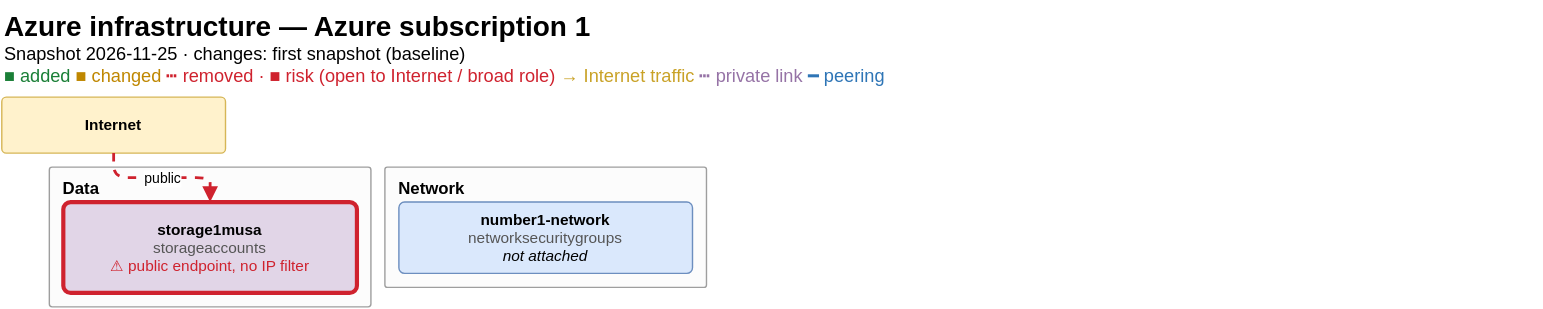
Before: diagrams/2-infra-azure-subscription-1.svg, a diagram exported from draw.io (musaxasmammedov7/infrastructure). Source tidied: cells renumbered, new cells last; positions are measured from the earlier drawing's top-left corner, leaving out a move shared by most shapes.
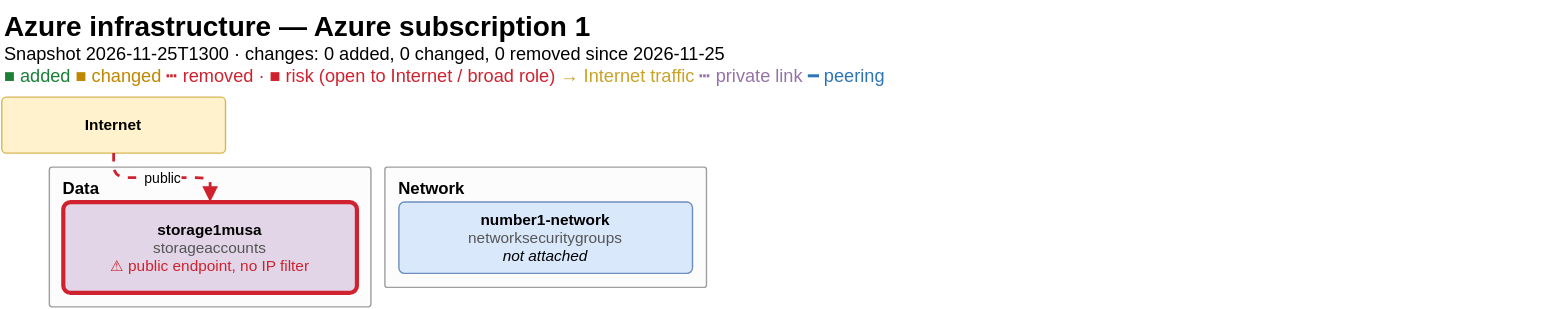
Later version of the same file.

What changed in the source:
```diff
@@ -2,7 +2,7 @@
   <root>
     <mxCell id="0" />
     <mxCell id="1" parent="0" />
-    <mxCell id="2" value="&lt;b style='font-size:20px'&gt;Azure infrastructure — Azure subscription 1&lt;/b&gt;&lt;br&gt;Snapshot 2026-11-25 · changes: first snapshot (baseline)&lt;br&gt;&lt;font color='#1A7F37'&gt;■ added&lt;/font&gt;  &lt;font color='#BF8700'&gt;■ changed&lt;/font&gt;  &lt;font color='#CF222E'&gt;┅ removed · ■ risk (open to Internet / broad role)&lt;/font&gt;  &lt;font color='#C9A227'&gt;→ Internet traffic&lt;/font&gt;  &lt;font color='#9673A6'&gt;┅ private link&lt;/font&gt;  &lt;font color='#2E75B6'&gt;━ peering&lt;/font&gt;" style="text;html=1;whiteSpace=wrap;align=left;verticalAlign=top;fontSize=13;spacing=2;" parent="1" vertex="1">
+    <mxCell id="2" value="&lt;b style='font-size:20px'&gt;Azure infrastructure — Azure subscription 1&lt;/b&gt;&lt;br&gt;Snapshot 2026-11-25T1300 · changes: 0 added, 0 changed, 0 removed since 2026-11-25&lt;br&gt;&lt;font color='#1A7F37'&gt;■ added&lt;/font&gt;  &lt;font color='#BF8700'&gt;■ changed&lt;/font&gt;  &lt;font color='#CF222E'&gt;┅ removed · ■ risk (open to Internet / broad role)&lt;/font&gt;  &lt;font color='#C9A227'&gt;→ Internet traffic&lt;/font&gt;  &lt;font color='#9673A6'&gt;┅ private link&lt;/font&gt;  &lt;font color='#2E75B6'&gt;━ peering&lt;/font&gt;" style="text;html=1;whiteSpace=wrap;align=left;verticalAlign=top;fontSize=13;spacing=2;" parent="1" vertex="1">
       <mxGeometry width="1100" height="59" as="geometry" />
     </mxCell>
     <mxCell id="3" style="text;html=1;fillColor=none;strokeColor=none;" parent="1" vertex="1">
```
